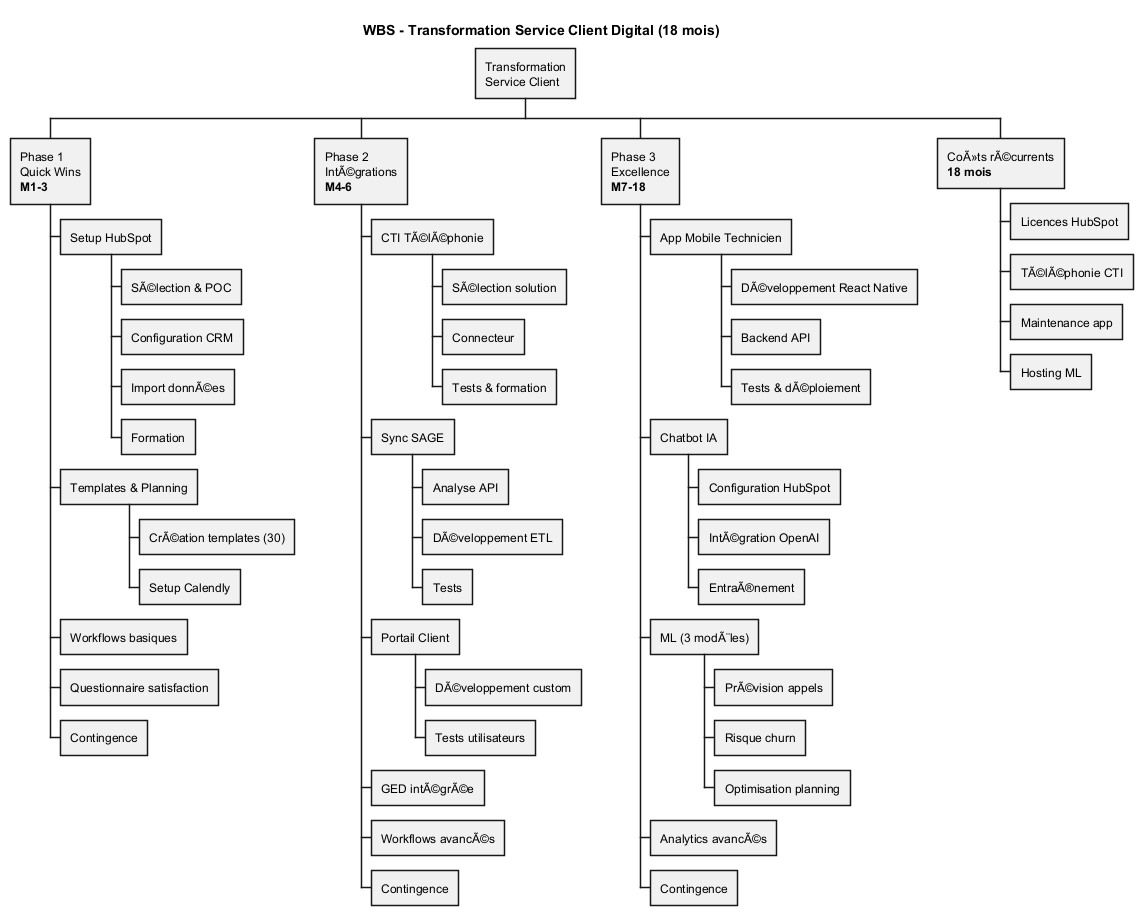
Earlier version of the PlantUML export Services/Service-Client/uml/png/WBS_Transformation_Service_Client.png (JordanSerafini/Audit_Duret).
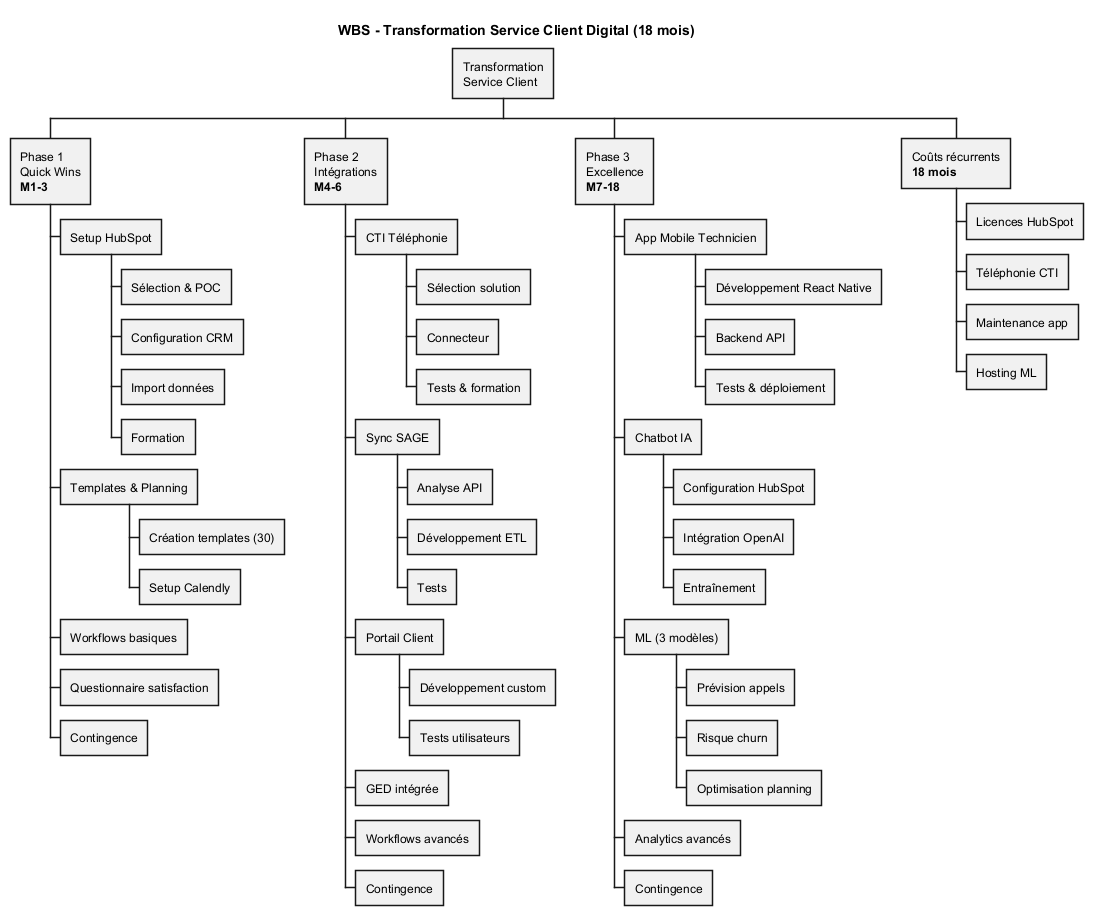
After the change.

Diff of the diagram source:
```diff
@@ -5,52 +5,52 @@
 * Transformation\nService Client
 ** Phase 1\nQuick Wins\n**M1-3**
 *** Setup HubSpot
-**** SÃ©lection & POC
+**** Sélection & POC
 **** Configuration CRM
-**** Import donnÃ©es
+**** Import données
 **** Formation
 *** Templates & Planning
-**** CrÃ©ation templates (30)
+**** Création templates (30)
 **** Setup Calendly
 *** Workflows basiques
 *** Questionnaire satisfaction
 *** Contingence
 
-** Phase 2\nIntÃ©grations\n**M4-6**
-*** CTI TÃ©lÃ©phonie
-**** SÃ©lection solution
+** Phase 2\nIntégrations\n**M4-6**
+*** CTI Téléphonie
+**** Sélection solution
 **** Connecteur
 **** Tests & formation
 *** Sync SAGE
 **** Analyse API
-**** DÃ©veloppement ETL
+**** Développement ETL
 **** Tests
 *** Portail Client
-**** DÃ©veloppement custom
+**** Développement custom
 **** Tests utilisateurs
-*** GED intÃ©grÃ©e
-*** Workflows avancÃ©s
+*** GED intégrée
+*** Workflows avancés
 *** Contingence
 
 ** Phase 3\nExcellence\n**M7-18**
 *** App Mobile Technicien
-**** DÃ©veloppement React Native
+**** Développement React Native
 **** Backend API
-**** Tests & dÃ©ploiement
+**** Tests & déploiement
 *** Chatbot IA
 **** Configuration HubSpot
-**** IntÃ©gration OpenAI
-**** EntraÃ®nement
-*** ML (3 modÃ¨les)
-**** PrÃ©vision appels
+**** Intégration OpenAI
+**** Entraînement
+*** ML (3 modèles)
+**** Prévision appels
 **** Risque churn
 **** Optimisation planning
-*** Analytics avancÃ©s
+*** Analytics avancés
 *** Contingence
 
-** CoÃ»ts rÃ©currents\n**18 mois**
+** Coûts récurrents\n**18 mois**
 *** Licences HubSpot
-*** TÃ©lÃ©phonie CTI
+*** Téléphonie CTI
 *** Maintenance app
 *** Hosting ML
 
```
